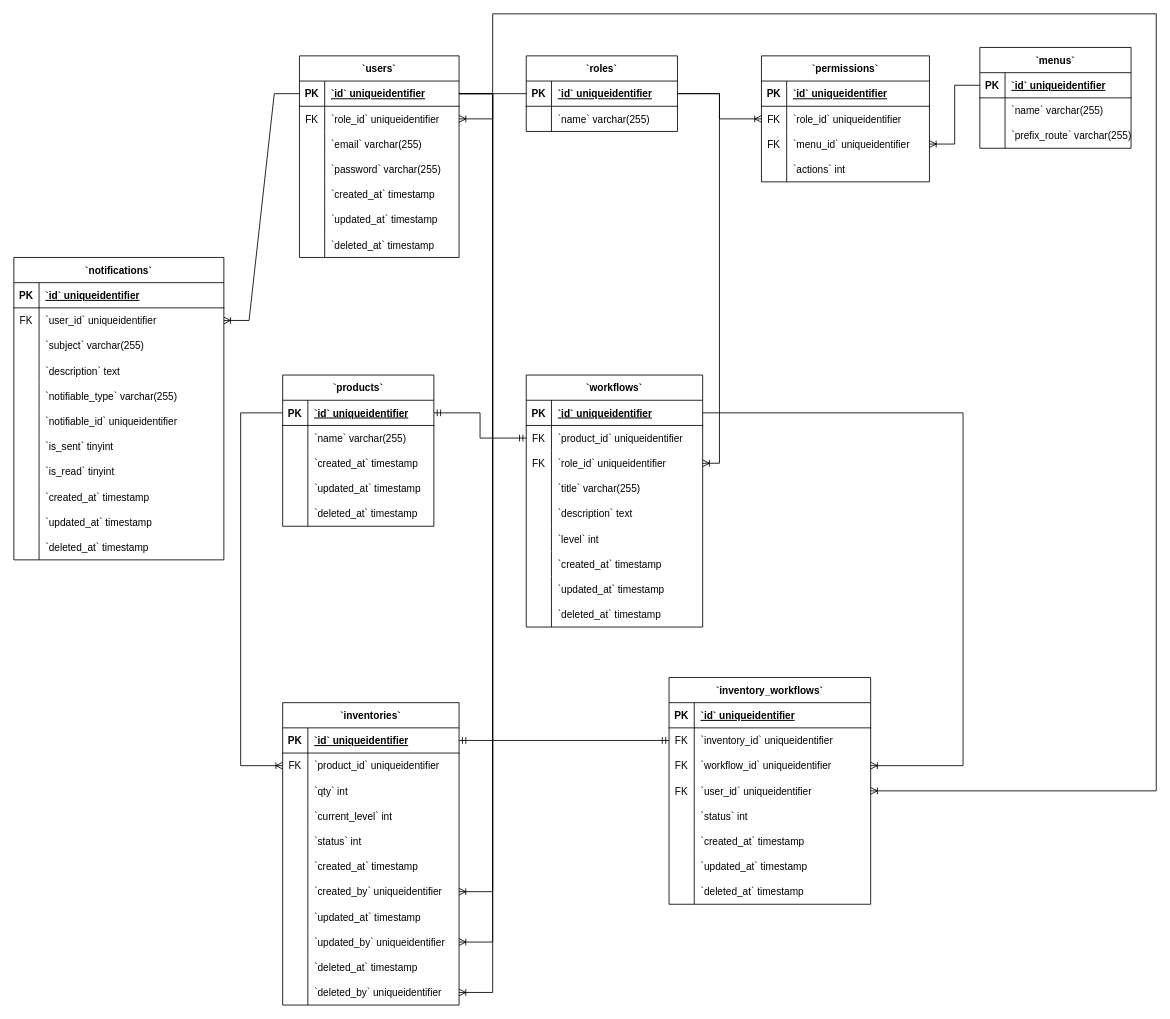
Before: docs/erd.drawio in JBCA-Software-Engineering-Grup-2-24-25/workflow-checksheet, a draw.io diagram. Source tidied: cells renumbered, new cells numbered last; positions are measured from the earlier drawing's top-left corner, leaving out a move shared by most shapes. Both pictures are drawn from the tidied source at 84%, with x=0, y=0 at pixel (13, 13).
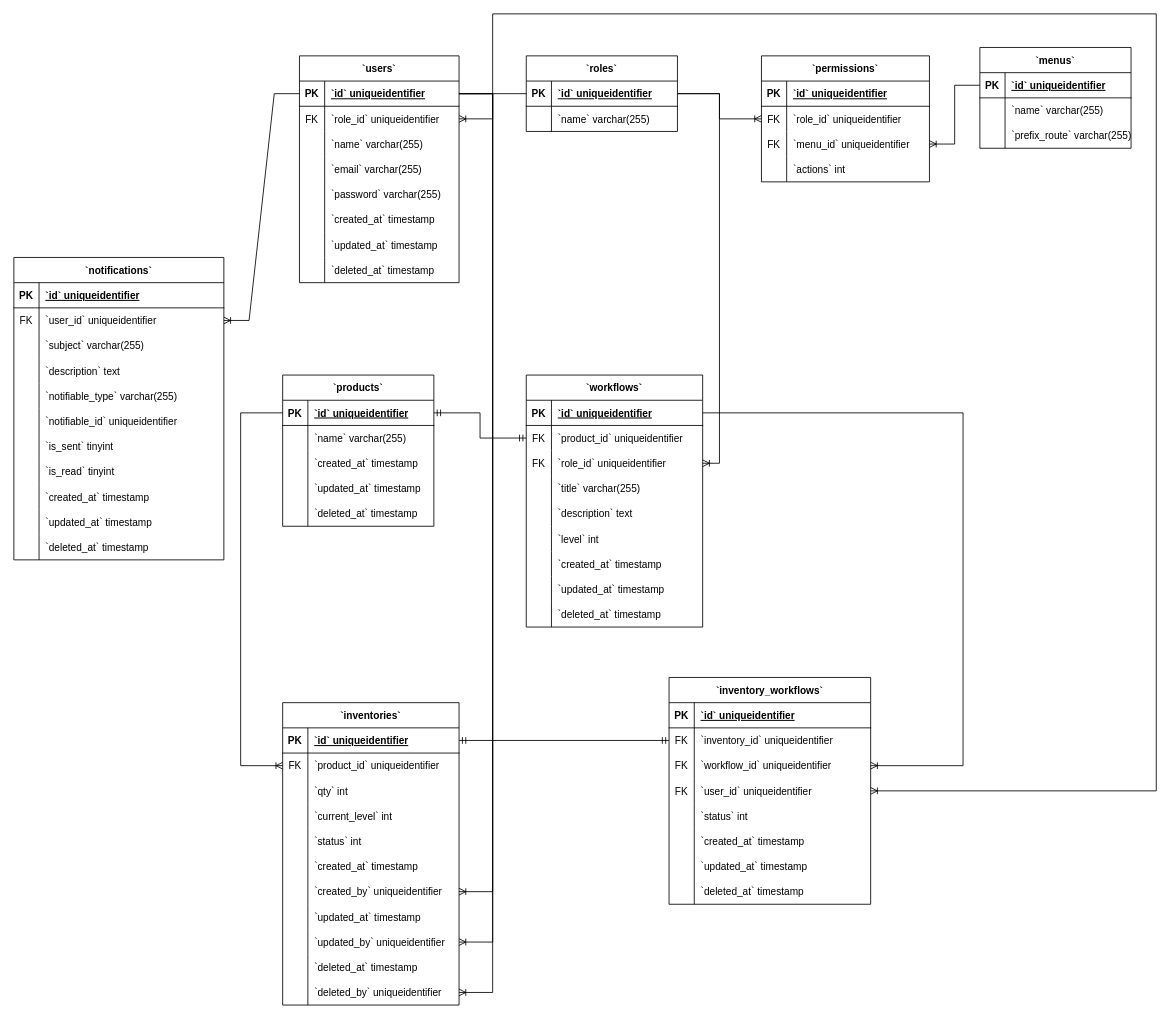
The same page after the edit.

What changed in the source:
```diff
@@
     <mxCell id="2" value="`users`" style="shape=table;startSize=30;childLayout=tableLayout;rowLines=0;fontStyle=1;align=center;" parent="1" vertex="1">
-      <mxGeometry x="340" y="50" width="190" height="240" as="geometry" />
+      <mxGeometry x="340" y="50" width="190" height="270" as="geometry" />
     </mxCell>
@@
+    <mxCell id="204" style="shape=tableRow;horizontal=0;startSize=0;swimlaneHead=0;swimlaneBody=0;fillColor=none;strokeColor=inherit;top=0;left=0;right=0;bottom=0;" parent="2" vertex="1">
+      <mxGeometry y="90" width="190" height="30" as="geometry" />
+    </mxCell>
+    <mxCell id="205" style="shape=partialRectangle;overflow=hidden;fillColor=none;strokeColor=inherit;top=0;left=0;bottom=0;right=0;" parent="204" vertex="1">
+      <mxGeometry width="30" height="30" as="geometry" />
+    </mxCell>
+    <mxCell id="206" value="`name` varchar(255)" style="shape=partialRectangle;overflow=hidden;fillColor=none;align=left;strokeColor=inherit;top=0;left=0;bottom=0;right=0;spacingLeft=6;" parent="204" vertex="1">
+      <mxGeometry x="30" width="160" height="30" as="geometry" />
+    </mxCell>
     <mxCell id="9" style="shape=tableRow;horizontal=0;startSize=0;swimlaneHead=0;swimlaneBody=0;fillColor=none;strokeColor=inherit;top=0;left=0;right=0;bottom=0;" parent="2" vertex="1">
-      <mxGeometry y="90" width="190" height="30" as="geometry" />
+      <mxGeometry y="120" width="190" height="30" as="geometry" />
     </mxCell>
@@
     <mxCell id="12" style="shape=tableRow;horizontal=0;startSize=0;swimlaneHead=0;swimlaneBody=0;fillColor=none;strokeColor=inherit;top=0;left=0;right=0;bottom=0;" parent="2" vertex="1">
-      <mxGeometry y="120" width="190" height="30" as="geometry" />
+      <mxGeometry y="150" width="190" height="30" as="geometry" />
     </mxCell>
@@
     <mxCell id="15" style="shape=tableRow;horizontal=0;startSize=0;swimlaneHead=0;swimlaneBody=0;fillColor=none;strokeColor=inherit;top=0;left=0;right=0;bottom=0;" parent="2" vertex="1">
-      <mxGeometry y="150" width="190" height="30" as="geometry" />
+      <mxGeometry y="180" width="190" height="30" as="geometry" />
     </mxCell>
@@
     <mxCell id="18" style="shape=tableRow;horizontal=0;startSize=0;swimlaneHead=0;swimlaneBody=0;fillColor=none;strokeColor=inherit;top=0;left=0;right=0;bottom=0;" parent="2" vertex="1">
-      <mxGeometry y="180" width="190" height="30" as="geometry" />
+      <mxGeometry y="210" width="190" height="30" as="geometry" />
     </mxCell>
@@
     <mxCell id="21" style="shape=tableRow;horizontal=0;startSize=0;swimlaneHead=0;swimlaneBody=0;fillColor=none;strokeColor=inherit;top=0;left=0;right=0;bottom=0;" parent="2" vertex="1">
-      <mxGeometry y="210" width="190" height="30" as="geometry" />
+      <mxGeometry y="240" width="190" height="30" as="geometry" />
     </mxCell>
```
